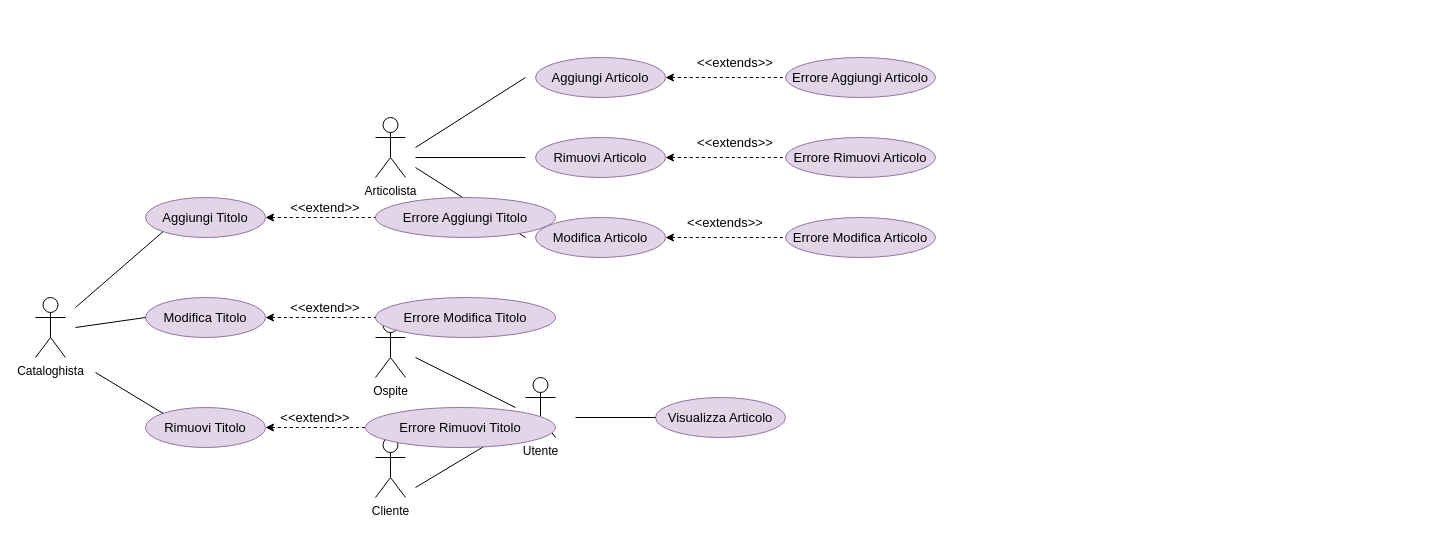
Before: 28-10-2021/Schemi/Gestione Articoli.drawio in is-shodan-20-21/docs, a draw.io diagram. Source tidied: cells renumbered, new cells numbered last; positions are measured from the earlier drawing's top-left corner, leaving out a move shared by most shapes. Both pictures are drawn from the tidied source at 100%, with x=0, y=0 at pixel (35, 47).
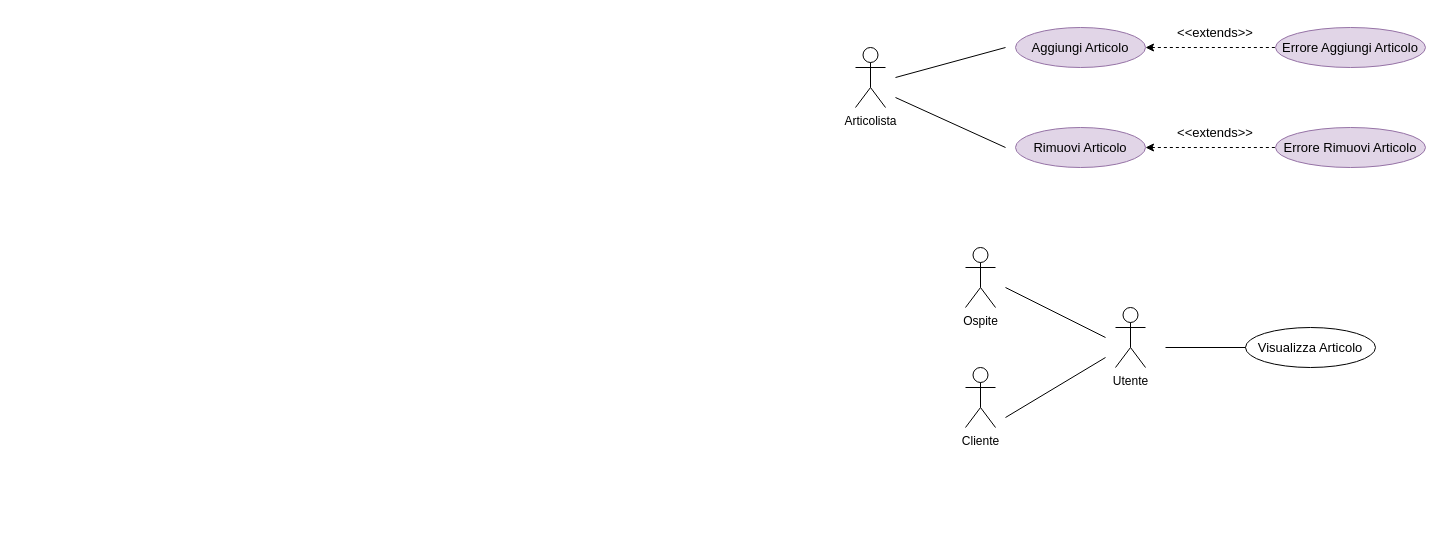
The same diagram, later.

What changed in the source:
```diff
@@
-    <mxCell id="2" value="Ospite" style="shape=umlActor;verticalLabelPosition=bottom;verticalAlign=top;html=1;" parent="1" vertex="1">
-      <mxGeometry x="340" y="270" width="30" height="60" as="geometry" />
+    <mxCell id="2" value="Ospite" style="shape=umlActor;verticalLabelPosition=bottom;verticalAlign=top;html=1;fillColor=default;strokeColor=default;fontColor=default;" parent="1" vertex="1">
+      <mxGeometry x="930" y="200" width="30" height="60" as="geometry" />
     </mxCell>
-    <mxCell id="3" value="Cliente&lt;br&gt;" style="shape=umlActor;verticalLabelPosition=bottom;verticalAlign=top;html=1;" parent="1" vertex="1">
-      <mxGeometry x="340" y="390" width="30" height="60" as="geometry" />
+    <mxCell id="3" value="Cliente&lt;br&gt;" style="shape=umlActor;verticalLabelPosition=bottom;verticalAlign=top;html=1;fillColor=default;strokeColor=default;fontColor=default;" parent="1" vertex="1">
+      <mxGeometry x="930" y="320" width="30" height="60" as="geometry" />
     </mxCell>
     <mxCell id="4" value="Articolista&lt;br&gt;" style="shape=umlActor;verticalLabelPosition=bottom;verticalAlign=top;html=1;" parent="1" vertex="1">
-      <mxGeometry x="340" y="70" width="30" height="60" as="geometry" />
+      <mxGeometry x="820" width="30" height="60" as="geometry" />
     </mxCell>
-    <mxCell id="5" value="Utente&lt;br&gt;" style="shape=umlActor;verticalLabelPosition=bottom;verticalAlign=top;html=1;" parent="1" vertex="1">
-      <mxGeometry x="490" y="330" width="30" height="60" as="geometry" />
+    <mxCell id="5" value="Utente&lt;br&gt;" style="shape=umlActor;verticalLabelPosition=bottom;verticalAlign=top;html=1;fillColor=default;strokeColor=default;fontColor=default;" parent="1" vertex="1">
+      <mxGeometry x="1080" y="260" width="30" height="60" as="geometry" />
     </mxCell>
-    <mxCell id="6" style="endArrow=none;html=1;rounded=0;" parent="1" edge="1">
-      <mxGeometry relative="1" as="geometry">
-        <mxPoint x="380" y="440" as="sourcePoint" />
-        <mxPoint x="480" y="380" as="targetPoint" />
-      </mxGeometry>
-    </mxCell>
-    <mxCell id="7" style="endArrow=none;html=1;rounded=0;" parent="1" edge="1">
-      <mxGeometry relative="1" as="geometry">
-        <mxPoint x="380" y="310" as="sourcePoint" />
-        <mxPoint x="480" y="360" as="targetPoint" />
-      </mxGeometry>
-    </mxCell>
+    <mxCell id="41" style="endArrow=none;html=1;rounded=0;fillColor=default;strokeColor=default;fontColor=default;" parent="1" edge="1">
+      <mxGeometry relative="1" as="geometry">
+        <mxPoint x="970" y="370" as="sourcePoint" />
+        <mxPoint x="1070" y="310" as="targetPoint" />
+      </mxGeometry>
+    </mxCell>
+    <mxCell id="42" style="endArrow=none;html=1;rounded=0;fillColor=default;strokeColor=default;fontColor=default;" parent="1" edge="1">
+      <mxGeometry relative="1" as="geometry">
+        <mxPoint x="970" y="240" as="sourcePoint" />
+        <mxPoint x="1070" y="290" as="targetPoint" />
+      </mxGeometry>
+    </mxCell>
-    <mxCell id="8" value="&lt;font style=&quot;font-size: 13px&quot;&gt;Visualizza Articolo&lt;/font&gt;" style="ellipse;whiteSpace=wrap;html=1;fillColor=#e1d5e7;strokeColor=#9673a6;" parent="1" vertex="1">
-      <mxGeometry x="620" y="350" width="130" height="40" as="geometry" />
+    <mxCell id="8" value="&lt;font style=&quot;font-size: 13px&quot;&gt;Visualizza Articolo&lt;/font&gt;" style="ellipse;whiteSpace=wrap;html=1;fillColor=default;strokeColor=default;fontColor=default;" parent="1" vertex="1">
+      <mxGeometry x="1210" y="280" width="130" height="40" as="geometry" />
     </mxCell>
-    <mxCell id="9" style="endArrow=none;html=1;rounded=0;fontSize=13;exitX=0;exitY=0.5;exitDx=0;exitDy=0;" parent="1" edge="1" source="8">
-      <mxGeometry relative="1" as="geometry">
-        <mxPoint x="540" y="370" as="targetPoint" />
-      </mxGeometry>
-    </mxCell>
+    <mxCell id="43" style="endArrow=none;html=1;rounded=0;fontSize=13;exitX=0;exitY=0.5;exitDx=0;exitDy=0;fillColor=default;strokeColor=default;fontColor=default;" parent="1" edge="1" source="8">
+      <mxGeometry relative="1" as="geometry">
+        <mxPoint x="1130" y="300" as="targetPoint" />
+      </mxGeometry>
+    </mxCell>
-    <mxCell id="10" value="Aggiungi Articolo" style="ellipse;whiteSpace=wrap;html=1;fontSize=13;fillColor=#e1d5e7;strokeColor=#9673a6;" parent="1" vertex="1">
-      <mxGeometry x="500" y="10" width="130" height="40" as="geometry" />
+    <mxCell id="10" value="Aggiungi Articolo" style="ellipse;whiteSpace=wrap;html=1;fontSize=13;fillColor=#e1d5e7;strokeColor=#9673a6;fontColor=default;" parent="1" vertex="1">
+      <mxGeometry x="980" y="-20" width="130" height="40" as="geometry" />
     </mxCell>
-    <mxCell id="11" value="Rimuovi Articolo" style="ellipse;whiteSpace=wrap;html=1;fontSize=13;fillColor=#e1d5e7;strokeColor=#9673a6;" parent="1" vertex="1">
-      <mxGeometry x="500" y="90" width="130" height="40" as="geometry" />
+    <mxCell id="11" value="Rimuovi Articolo" style="ellipse;whiteSpace=wrap;html=1;fontSize=13;fillColor=#e1d5e7;strokeColor=#9673a6;fontColor=default;" parent="1" vertex="1">
+      <mxGeometry x="980" y="80" width="130" height="40" as="geometry" />
     </mxCell>
-    <mxCell id="12" value="Modifica Articolo" style="ellipse;whiteSpace=wrap;html=1;fontSize=13;fillColor=#e1d5e7;strokeColor=#9673a6;" parent="1" vertex="1">
-      <mxGeometry x="500" y="170" width="130" height="40" as="geometry" />
-    </mxCell>
-    <mxCell id="13" style="endArrow=none;html=1;rounded=0;fontSize=13;" parent="1" edge="1">
-      <mxGeometry relative="1" as="geometry">
-        <mxPoint x="490" y="190" as="sourcePoint" />
-        <mxPoint x="380" y="120" as="targetPoint" />
-      </mxGeometry>
-    </mxCell>
-    <mxCell id="14" style="endArrow=none;html=1;rounded=0;fontSize=13;" parent="1" edge="1">
-      <mxGeometry relative="1" as="geometry">
-        <mxPoint x="380" y="110" as="sourcePoint" />
-        <mxPoint x="490" y="110" as="targetPoint" />
-      </mxGeometry>
-    </mxCell>
-    <mxCell id="15" style="endArrow=none;html=1;rounded=0;fontSize=13;" parent="1" edge="1">
-      <mxGeometry relative="1" as="geometry">
-        <mxPoint x="380" y="100" as="sourcePoint" />
-        <mxPoint x="490" y="30" as="targetPoint" />
-      </mxGeometry>
-    </mxCell>
+    <mxCell id="44" style="endArrow=none;html=1;rounded=0;fontSize=13;strokeColor=default;labelBackgroundColor=default;fontColor=default;" parent="1" edge="1">
+      <mxGeometry relative="1" as="geometry">
+        <mxPoint x="860" y="50" as="sourcePoint" />
+        <mxPoint x="970" y="100" as="targetPoint" />
+      </mxGeometry>
+    </mxCell>
+    <mxCell id="45" style="endArrow=none;html=1;rounded=0;fontSize=13;strokeColor=default;labelBackgroundColor=default;fontColor=default;" parent="1" edge="1">
+      <mxGeometry relative="1" as="geometry">
+        <mxPoint x="860" y="30" as="sourcePoint" />
+        <mxPoint x="970" as="targetPoint" />
+      </mxGeometry>
+    </mxCell>
-    <mxCell id="16" value="Errore Aggiungi Articolo" style="ellipse;whiteSpace=wrap;html=1;fontSize=13;fillColor=#e1d5e7;strokeColor=#9673a6;" parent="1" vertex="1">
-      <mxGeometry x="750" y="10" width="150" height="40" as="geometry" />
+    <mxCell id="16" value="Errore Aggiungi Articolo" style="ellipse;whiteSpace=wrap;html=1;fontSize=13;fillColor=#e1d5e7;strokeColor=#9673a6;fontColor=default;" parent="1" vertex="1">
+      <mxGeometry x="1240" y="-20" width="150" height="40" as="geometry" />
     </mxCell>
@@
-    <mxCell id="18" style="endArrow=none;dashed=1;html=1;rounded=0;fontSize=13;startArrow=classic;startFill=1;entryX=0;entryY=0.5;entryDx=0;entryDy=0;exitX=1;exitY=0.5;exitDx=0;exitDy=0;" parent="1" edge="1" target="19">
-      <mxGeometry relative="1" as="geometry">
-        <mxPoint x="630" y="110" as="sourcePoint" />
-      </mxGeometry>
-    </mxCell>
+    <mxCell id="46" style="endArrow=none;dashed=1;html=1;rounded=0;fontSize=13;startArrow=classic;startFill=1;entryX=0;entryY=0.5;entryDx=0;entryDy=0;exitX=1;exitY=0.5;exitDx=0;exitDy=0;strokeColor=default;labelBackgroundColor=default;fontColor=default;" parent="1" edge="1" source="11" target="19">
+      <mxGeometry relative="1" as="geometry" />
+    </mxCell>
-    <mxCell id="19" value="Errore Rimuovi Articolo" style="ellipse;whiteSpace=wrap;html=1;fontSize=13;fillColor=#e1d5e7;strokeColor=#9673a6;" parent="1" vertex="1">
-      <mxGeometry x="750" y="90" width="150" height="40" as="geometry" />
+    <mxCell id="19" value="Errore Rimuovi Articolo" style="ellipse;whiteSpace=wrap;html=1;fontSize=13;fillColor=#e1d5e7;strokeColor=#9673a6;fontColor=default;" parent="1" vertex="1">
+      <mxGeometry x="1240" y="80" width="150" height="40" as="geometry" />
     </mxCell>
-    <mxCell id="20" style="endArrow=none;dashed=1;html=1;rounded=0;fontSize=13;startArrow=classic;startFill=1;entryX=0;entryY=0.5;entryDx=0;entryDy=0;exitX=1;exitY=0.5;exitDx=0;exitDy=0;" parent="1" edge="1" target="21">
-      <mxGeometry relative="1" as="geometry">
-        <mxPoint x="630" y="190" as="sourcePoint" />
-      </mxGeometry>
-    </mxCell>
-    <mxCell id="21" value="Errore Modifica Articolo" style="ellipse;whiteSpace=wrap;html=1;fontSize=13;fillColor=#e1d5e7;strokeColor=#9673a6;" parent="1" vertex="1">
-      <mxGeometry x="750" y="170" width="150" height="40" as="geometry" />
-    </mxCell>
-    <mxCell id="22" value="&amp;lt;&amp;lt;extends&amp;gt;&amp;gt;" style="text;html=1;strokeColor=none;fillColor=none;align=center;verticalAlign=middle;whiteSpace=wrap;rounded=0;fontSize=13;" parent="1" vertex="1">
-      <mxGeometry x="650" y="160" width="80" height="30" as="geometry" />
-    </mxCell>
-    <mxCell id="23" value="&amp;lt;&amp;lt;extends&amp;gt;&amp;gt;" style="text;html=1;strokeColor=none;fillColor=none;align=center;verticalAlign=middle;whiteSpace=wrap;rounded=0;fontSize=13;" parent="1" vertex="1">
-      <mxGeometry x="660" width="80" height="30" as="geometry" />
-    </mxCell>
-    <mxCell id="24" value="&amp;lt;&amp;lt;extends&amp;gt;&amp;gt;" style="text;html=1;strokeColor=none;fillColor=none;align=center;verticalAlign=middle;whiteSpace=wrap;rounded=0;fontSize=13;" parent="1" vertex="1">
-      <mxGeometry x="660" y="80" width="80" height="30" as="geometry" />
-    </mxCell>
-    <mxCell id="25" value="Cataloghista" style="shape=umlActor;verticalLabelPosition=bottom;verticalAlign=top;html=1;" parent="1" vertex="1">
-      <mxGeometry y="250" width="30" height="60" as="geometry" />
-    </mxCell>
-    <mxCell id="26" value="&lt;font style=&quot;font-size: 13px&quot;&gt;Aggiungi Titolo&lt;/font&gt;" style="ellipse;whiteSpace=wrap;html=1;fillColor=#e1d5e7;strokeColor=#9673a6;" parent="1" vertex="1">
-      <mxGeometry x="110" y="150" width="120" height="40" as="geometry" />
-    </mxCell>
-    <mxCell id="27" value="&lt;font style=&quot;font-size: 13px&quot;&gt;Modifica Titolo&lt;/font&gt;" style="ellipse;whiteSpace=wrap;html=1;fillColor=#e1d5e7;strokeColor=#9673a6;" parent="1" vertex="1">
-      <mxGeometry x="110" y="250" width="120" height="40" as="geometry" />
-    </mxCell>
-    <mxCell id="28" value="&lt;font style=&quot;font-size: 13px&quot;&gt;Rimuovi Titolo&lt;/font&gt;" style="ellipse;whiteSpace=wrap;html=1;fillColor=#e1d5e7;strokeColor=#9673a6;" parent="1" vertex="1">
-      <mxGeometry x="110" y="360" width="120" height="40" as="geometry" />
-    </mxCell>
-    <mxCell id="29" value="&lt;font style=&quot;font-size: 13px&quot;&gt;Errore Modifica Titolo&lt;/font&gt;" style="ellipse;whiteSpace=wrap;html=1;fillColor=#e1d5e7;strokeColor=#9673a6;" parent="1" vertex="1">
-      <mxGeometry x="340" y="250" width="180" height="40" as="geometry" />
-    </mxCell>
-    <mxCell id="30" value="&lt;font style=&quot;font-size: 13px&quot;&gt;Errore Aggiungi Titolo&lt;/font&gt;" style="ellipse;whiteSpace=wrap;html=1;fillColor=#e1d5e7;strokeColor=#9673a6;" parent="1" vertex="1">
-      <mxGeometry x="340" y="150" width="180" height="40" as="geometry" />
-    </mxCell>
-    <mxCell id="31" value="&lt;font style=&quot;font-size: 13px&quot;&gt;Errore Rimuovi Titolo&lt;/font&gt;" style="ellipse;whiteSpace=wrap;html=1;fillColor=#e1d5e7;strokeColor=#9673a6;" parent="1" vertex="1">
-      <mxGeometry x="330" y="360" width="190" height="40" as="geometry" />
-    </mxCell>
-    <mxCell id="32" style="endArrow=none;dashed=1;html=1;rounded=0;fontSize=13;startArrow=classic;startFill=1;exitX=1;exitY=0.5;exitDx=0;exitDy=0;entryX=0;entryY=0.5;entryDx=0;entryDy=0;" parent="1" edge="1" source="26" target="30">
-      <mxGeometry relative="1" as="geometry" />
-    </mxCell>
-    <mxCell id="33" style="endArrow=none;dashed=1;html=1;rounded=0;fontSize=13;startArrow=classic;startFill=1;exitX=1;exitY=0.5;exitDx=0;exitDy=0;entryX=0;entryY=0.5;entryDx=0;entryDy=0;" parent="1" edge="1" source="27" target="29">
-      <mxGeometry relative="1" as="geometry" />
-    </mxCell>
-    <mxCell id="34" style="endArrow=none;dashed=1;html=1;rounded=0;fontSize=13;startArrow=classic;startFill=1;exitX=1;exitY=0.5;exitDx=0;exitDy=0;entryX=0;entryY=0.5;entryDx=0;entryDy=0;" parent="1" edge="1" source="28" target="31">
-      <mxGeometry relative="1" as="geometry" />
-    </mxCell>
-    <mxCell id="35" value="&amp;lt;&amp;lt;extend&amp;gt;&amp;gt;" style="text;html=1;strokeColor=none;fillColor=none;align=center;verticalAlign=middle;whiteSpace=wrap;rounded=0;fontSize=13;" parent="1" vertex="1">
-      <mxGeometry x="270" y="150" width="40" height="20" as="geometry" />
-    </mxCell>
-    <mxCell id="36" value="&amp;lt;&amp;lt;extend&amp;gt;&amp;gt;" style="text;html=1;strokeColor=none;fillColor=none;align=center;verticalAlign=middle;whiteSpace=wrap;rounded=0;fontSize=13;" parent="1" vertex="1">
-      <mxGeometry x="270" y="250" width="40" height="20" as="geometry" />
-    </mxCell>
-    <mxCell id="37" value="&amp;lt;&amp;lt;extend&amp;gt;&amp;gt;" style="text;html=1;strokeColor=none;fillColor=none;align=center;verticalAlign=middle;whiteSpace=wrap;rounded=0;fontSize=13;" parent="1" vertex="1">
-      <mxGeometry x="260" y="360" width="40" height="20" as="geometry" />
-    </mxCell>
-    <mxCell id="38" style="endArrow=none;html=1;rounded=0;fontSize=13;entryX=0;entryY=1;entryDx=0;entryDy=0;" parent="1" edge="1" target="26">
-      <mxGeometry relative="1" as="geometry">
-        <mxPoint x="40" y="260" as="sourcePoint" />
-      </mxGeometry>
-    </mxCell>
-    <mxCell id="39" style="endArrow=none;html=1;rounded=0;fontSize=13;exitX=0;exitY=0.5;exitDx=0;exitDy=0;" parent="1" edge="1" source="27">
-      <mxGeometry relative="1" as="geometry">
-        <mxPoint x="40" y="280" as="targetPoint" />
-      </mxGeometry>
-    </mxCell>
-    <mxCell id="40" style="endArrow=none;html=1;rounded=0;fontSize=13;exitX=0;exitY=0;exitDx=0;exitDy=0;" parent="1" edge="1" source="28">
-      <mxGeometry relative="1" as="geometry">
-        <mxPoint x="60" y="325" as="targetPoint" />
-      </mxGeometry>
-    </mxCell>
+    <mxCell id="47" value="&amp;lt;&amp;lt;extends&amp;gt;&amp;gt;" style="text;html=1;strokeColor=none;fillColor=none;align=center;verticalAlign=middle;whiteSpace=wrap;rounded=0;fontSize=13;fontColor=default;" parent="1" vertex="1">
+      <mxGeometry x="1140" y="-30" width="80" height="30" as="geometry" />
+    </mxCell>
+    <mxCell id="48" value="&amp;lt;&amp;lt;extends&amp;gt;&amp;gt;" style="text;html=1;strokeColor=none;fillColor=none;align=center;verticalAlign=middle;whiteSpace=wrap;rounded=0;fontSize=13;fontColor=default;" parent="1" vertex="1">
+      <mxGeometry x="1140" y="70" width="80" height="30" as="geometry" />
+    </mxCell>
```
